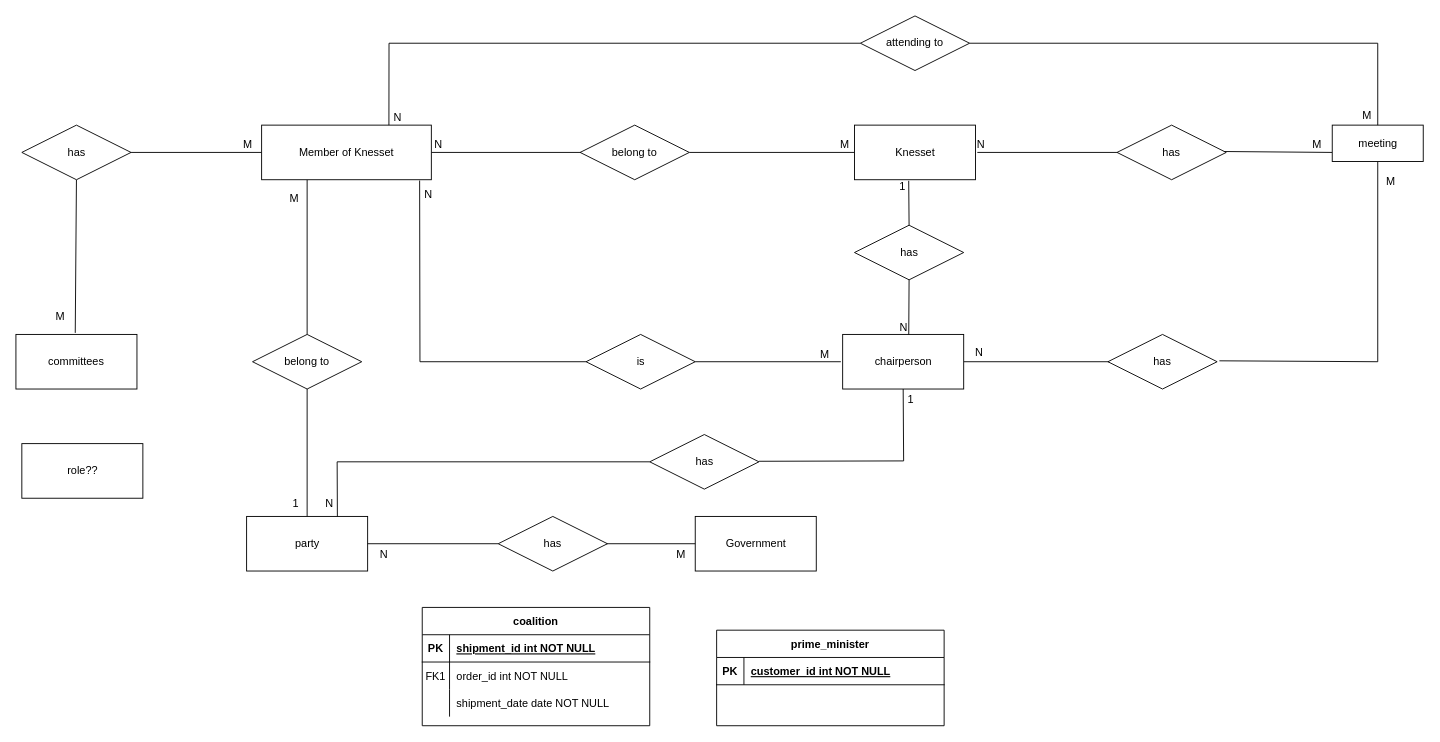
Before: knesset_ERD.drawio in oran950/DataBase_ERD, a draw.io diagram. Source tidied: cells renumbered, new cells numbered last; positions are measured from the earlier drawing's top-left corner, leaving out a move shared by most shapes. Both pictures are drawn from the tidied source at 91%, with x=0, y=0 at pixel (15, 15).
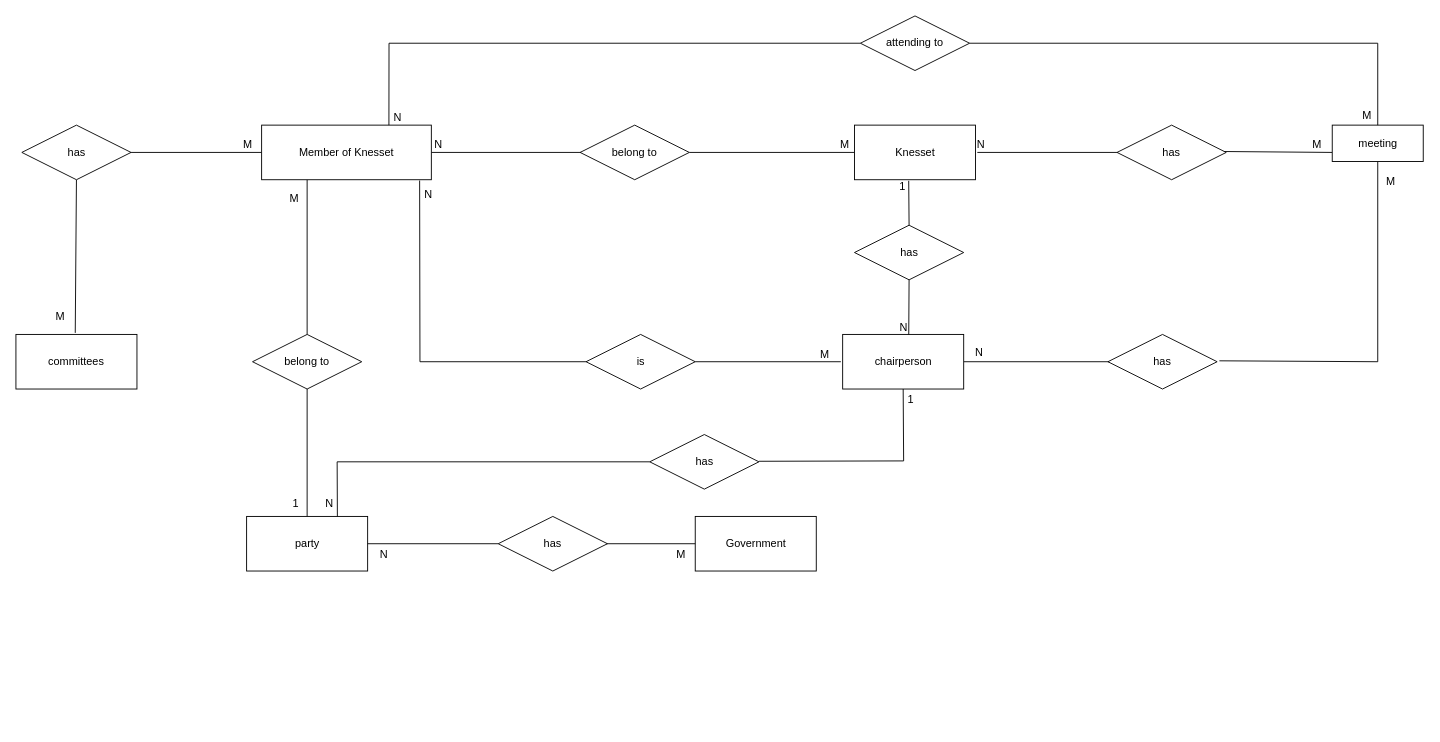
After the change.

What changed in the source:
```diff
@@
-    <mxCell id="2" value="prime_minister" style="shape=table;startSize=30;childLayout=tableLayout;rowLines=0;fontStyle=1;align=center;" parent="1" vertex="1">
-      <mxGeometry x="770" y="675" width="250" height="105" as="geometry" />
-    </mxCell>
-    <mxCell id="3" style="shape=partialRectangle;fillColor=none;top=0;left=0;right=0;bottom=1;" parent="2" vertex="1">
-      <mxGeometry y="30" width="250" height="30" as="geometry" />
-    </mxCell>
-    <mxCell id="4" value="PK" style="shape=partialRectangle;overflow=hidden;fillColor=none;top=0;left=0;bottom=0;right=0;fontStyle=1;" parent="3" vertex="1">
-      <mxGeometry width="30" height="30" as="geometry" />
-    </mxCell>
-    <mxCell id="5" value="customer_id int NOT NULL " style="shape=partialRectangle;overflow=hidden;fillColor=none;top=0;left=0;bottom=0;right=0;align=left;spacingLeft=6;fontStyle=5;" parent="3" vertex="1">
-      <mxGeometry x="30" width="220" height="30" as="geometry" />
-    </mxCell>
-    <mxCell id="6" value="coalition" style="shape=table;startSize=30;childLayout=tableLayout;rowLines=0;fontStyle=1;align=center;" parent="1" vertex="1">
-      <mxGeometry x="446.5" y="650" width="250" height="130" as="geometry" />
-    </mxCell>
-    <mxCell id="7" style="shape=partialRectangle;fillColor=none;top=0;left=0;right=0;bottom=1;" parent="6" vertex="1">
-      <mxGeometry y="30" width="250" height="30" as="geometry" />
-    </mxCell>
-    <mxCell id="8" value="PK" style="shape=partialRectangle;overflow=hidden;fillColor=none;top=0;left=0;bottom=0;right=0;fontStyle=1;" parent="7" vertex="1">
-      <mxGeometry width="30" height="30" as="geometry" />
-    </mxCell>
-    <mxCell id="9" value="shipment_id int NOT NULL " style="shape=partialRectangle;overflow=hidden;fillColor=none;top=0;left=0;bottom=0;right=0;align=left;spacingLeft=6;fontStyle=5;" parent="7" vertex="1">
-      <mxGeometry x="30" width="220" height="30" as="geometry" />
-    </mxCell>
-    <mxCell id="10" style="shape=partialRectangle;fillColor=none;top=0;left=0;right=0;bottom=0;" parent="6" vertex="1">
-      <mxGeometry y="60" width="250" height="30" as="geometry" />
-    </mxCell>
-    <mxCell id="11" value="FK1" style="shape=partialRectangle;overflow=hidden;fillColor=none;top=0;left=0;bottom=0;right=0;" parent="10" vertex="1">
-      <mxGeometry width="30" height="30" as="geometry" />
-    </mxCell>
-    <mxCell id="12" value="order_id int NOT NULL" style="shape=partialRectangle;overflow=hidden;fillColor=none;top=0;left=0;bottom=0;right=0;align=left;spacingLeft=6;" parent="10" vertex="1">
-      <mxGeometry x="30" width="220" height="30" as="geometry" />
-    </mxCell>
-    <mxCell id="13" style="shape=partialRectangle;fillColor=none;top=0;left=0;right=0;bottom=0;" parent="6" vertex="1">
-      <mxGeometry y="90" width="250" height="30" as="geometry" />
-    </mxCell>
-    <mxCell id="14" style="shape=partialRectangle;overflow=hidden;fillColor=none;top=0;left=0;bottom=0;right=0;" parent="13" vertex="1">
-      <mxGeometry width="30" height="30" as="geometry" />
-    </mxCell>
-    <mxCell id="15" value="shipment_date date NOT NULL" style="shape=partialRectangle;overflow=hidden;fillColor=none;top=0;left=0;bottom=0;right=0;align=left;spacingLeft=6;" parent="13" vertex="1">
-      <mxGeometry x="30" width="220" height="30" as="geometry" />
-    </mxCell>
@@
-    <mxCell id="65" value="role??" style="whiteSpace=wrap;html=1;align=center;" parent="1" vertex="1">
-      <mxGeometry x="6.5" y="470" width="133" height="60" as="geometry" />
-    </mxCell>
```
